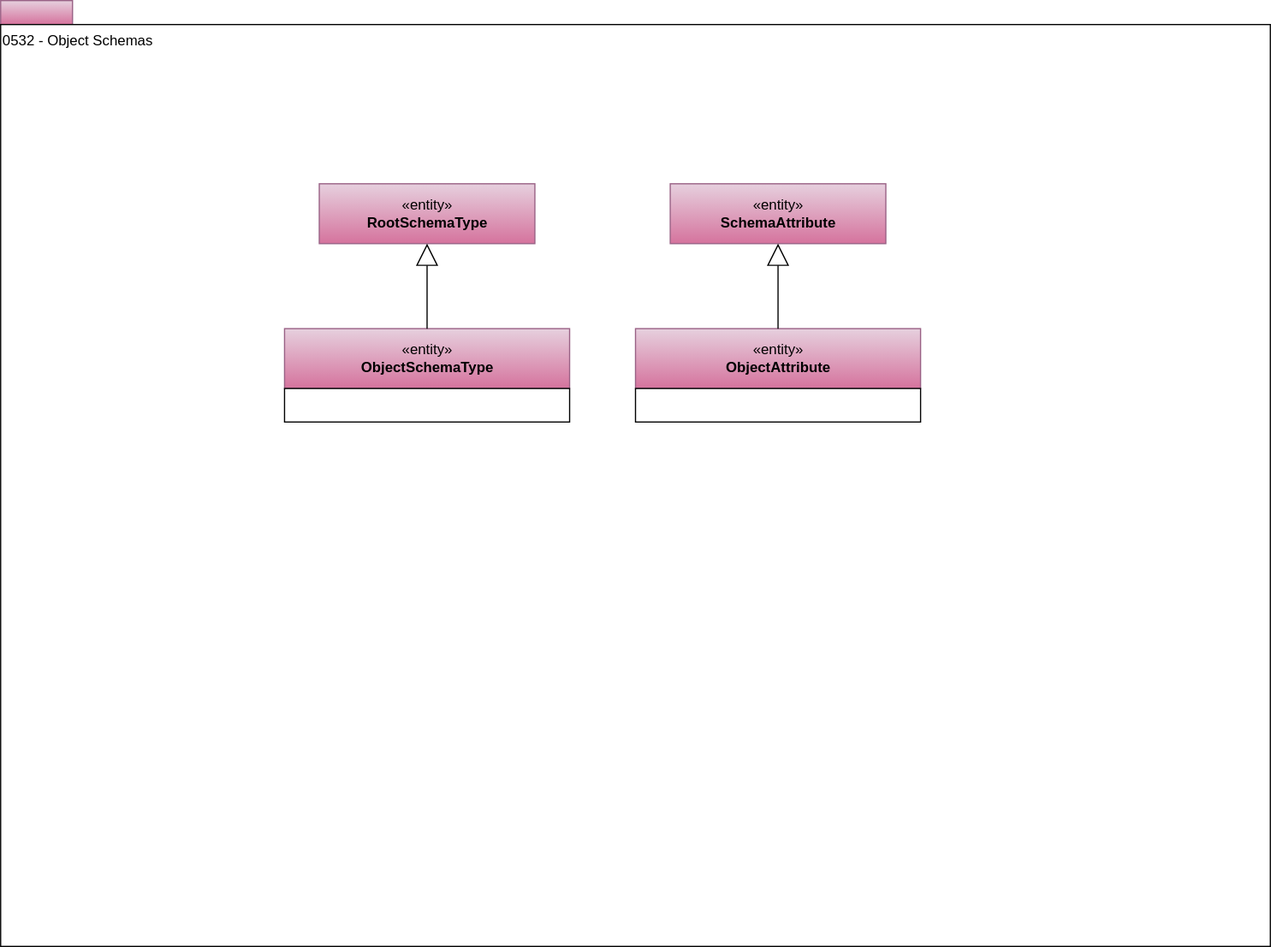
The draw.io diagram site/docs/types/5/0532-Object-Schemas.svg in odpi/egeria-docs, before a commit. Source tidied: cells renumbered, new cells last; positions are measured from the earlier drawing's top-left corner, leaving out a move shared by most shapes.
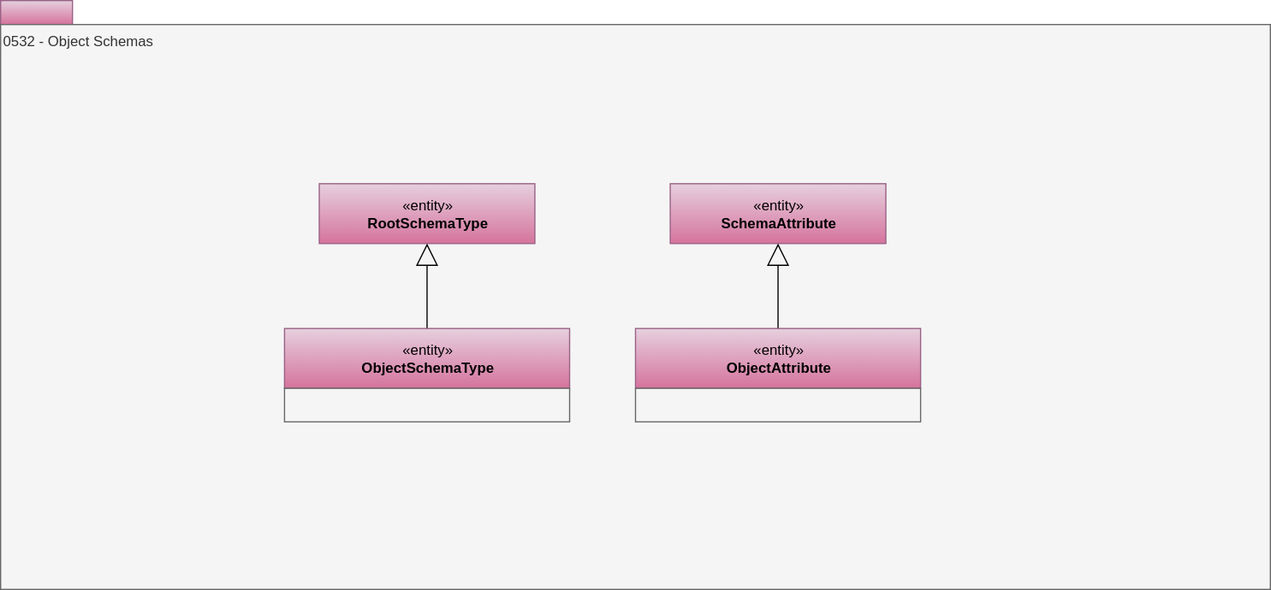
Later version of the same file.

The edit, as a diff of the source:
```diff
@@ -5,8 +5,8 @@
     <mxCell id="2" style="rounded=0;whiteSpace=wrap;html=1;align=left;fillColor=#e6d0de;strokeColor=#996185;gradientColor=#d5739d;" parent="1" vertex="1">
       <mxGeometry width="60" height="20" as="geometry" />
     </mxCell>
-    <mxCell id="3" value="0532 - Object Schemas" style="rounded=0;whiteSpace=wrap;html=1;align=left;verticalAlign=top;" parent="1" vertex="1">
-      <mxGeometry y="20" width="1060" height="770" as="geometry" />
+    <mxCell id="3" value="0532 - Object Schemas" style="rounded=0;whiteSpace=wrap;html=1;align=left;verticalAlign=top;fillColor=#f5f5f5;fontColor=#333333;strokeColor=#666666;" parent="1" vertex="1">
+      <mxGeometry y="20" width="1060" height="472" as="geometry" />
     </mxCell>
     <mxCell id="4" value="«entity»&lt;br&gt;&lt;b&gt;RootSchemaType&lt;/b&gt;" style="html=1;strokeColor=#996185;align=center;fillColor=#e6d0de;gradientColor=#d5739d;" parent="1" vertex="1">
       <mxGeometry x="266" y="153" width="180" height="50" as="geometry" />
@@ -14,29 +14,23 @@
     <mxCell id="5" value="«entity»&lt;br&gt;&lt;b&gt;SchemaAttribute&lt;/b&gt;" style="html=1;strokeColor=#996185;align=center;fillColor=#e6d0de;gradientColor=#d5739d;" parent="1" vertex="1">
       <mxGeometry x="559" y="153" width="180" height="50" as="geometry" />
     </mxCell>
-    <mxCell id="6" style="group;" parent="1" vertex="1">
-      <mxGeometry x="237" y="274" width="238" height="78" as="geometry" />
+    <mxCell id="6" style="edgeStyle=orthogonalEdgeStyle;rounded=0;jettySize=auto;html=1;exitX=0.5;exitY=0;exitDx=0;exitDy=0;entryX=0.5;entryY=1;entryDx=0;entryDy=0;startSize=6;endArrow=block;endFill=0;endSize=16;" parent="1" edge="1" source="8" target="4">
+      <mxGeometry relative="1" as="geometry" />
     </mxCell>
-    <mxCell id="7" value="«entity»&lt;br&gt;&lt;b&gt;ObjectSchemaType&lt;/b&gt;" style="html=1;strokeColor=#996185;align=center;fillColor=#e6d0de;gradientColor=#d5739d;" parent="6" vertex="1">
-      <mxGeometry width="238" height="50" as="geometry" />
+    <mxCell id="7" style="edgeStyle=orthogonalEdgeStyle;rounded=0;jettySize=auto;html=1;exitX=0.5;exitY=0;exitDx=0;exitDy=0;entryX=0.5;entryY=1;entryDx=0;entryDy=0;startSize=6;endArrow=block;endFill=0;endSize=16;" parent="1" edge="1" source="10" target="5">
+      <mxGeometry relative="1" as="geometry" />
     </mxCell>
-    <mxCell id="8" style="rounded=0;whiteSpace=wrap;html=1;strokeColor=#000000;gradientColor=#ffffff;align=left;" parent="6" vertex="1">
-      <mxGeometry y="50" width="238" height="28" as="geometry" />
+    <mxCell id="8" value="«entity»&lt;br&gt;&lt;b&gt;ObjectSchemaType&lt;/b&gt;" style="html=1;strokeColor=#996185;align=center;fillColor=#e6d0de;gradientColor=#d5739d;" parent="1" vertex="1">
+      <mxGeometry x="237" y="274" width="238" height="50" as="geometry" />
     </mxCell>
-    <mxCell id="9" style="group;" parent="1" vertex="1">
-      <mxGeometry x="530" y="274" width="238" height="78" as="geometry" />
+    <mxCell id="9" style="rounded=0;whiteSpace=wrap;html=1;strokeColor=#666666;align=left;fillColor=#f5f5f5;fontColor=#333333;" parent="1" vertex="1">
+      <mxGeometry x="237" y="324" width="238" height="28" as="geometry" />
     </mxCell>
-    <mxCell id="10" value="«entity»&lt;br&gt;&lt;b&gt;ObjectAttribute&lt;/b&gt;" style="html=1;strokeColor=#996185;align=center;fillColor=#e6d0de;gradientColor=#d5739d;" parent="9" vertex="1">
-      <mxGeometry width="238" height="50" as="geometry" />
+    <mxCell id="10" value="«entity»&lt;br&gt;&lt;b&gt;ObjectAttribute&lt;/b&gt;" style="html=1;strokeColor=#996185;align=center;fillColor=#e6d0de;gradientColor=#d5739d;" parent="1" vertex="1">
+      <mxGeometry x="530" y="274" width="238" height="50" as="geometry" />
     </mxCell>
-    <mxCell id="11" style="rounded=0;whiteSpace=wrap;html=1;strokeColor=#000000;gradientColor=#ffffff;align=left;" parent="9" vertex="1">
-      <mxGeometry y="50" width="238" height="28" as="geometry" />
+    <mxCell id="11" style="rounded=0;whiteSpace=wrap;html=1;strokeColor=#666666;align=left;fillColor=#f5f5f5;fontColor=#333333;" parent="1" vertex="1">
+      <mxGeometry x="530" y="324" width="238" height="28" as="geometry" />
     </mxCell>
-    <mxCell id="12" style="edgeStyle=orthogonalEdgeStyle;rounded=0;jettySize=auto;html=1;exitX=0.5;exitY=0;exitDx=0;exitDy=0;entryX=0.5;entryY=1;entryDx=0;entryDy=0;startSize=6;endArrow=block;endFill=0;endSize=16;" parent="1" edge="1" source="7" target="4">
-      <mxGeometry relative="1" as="geometry" />
-    </mxCell>
-    <mxCell id="13" style="edgeStyle=orthogonalEdgeStyle;rounded=0;jettySize=auto;html=1;exitX=0.5;exitY=0;exitDx=0;exitDy=0;entryX=0.5;entryY=1;entryDx=0;entryDy=0;startSize=6;endArrow=block;endFill=0;endSize=16;" parent="1" edge="1" source="10" target="5">
-      <mxGeometry relative="1" as="geometry" />
-    </mxCell>
   </root>
 </mxGraphModel>
```
